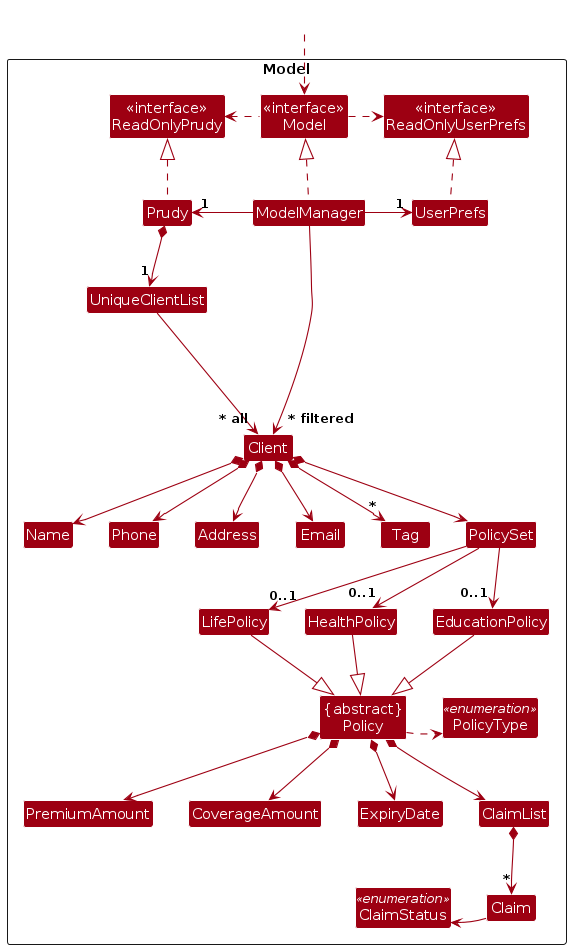
The PlantUML diagram diagrams/ModelClassDiagram.png in AY2425S1-CS2103T-T14-1/tp, before a commit. Its source is kept beside it as diagrams/ModelClassDiagram.puml.
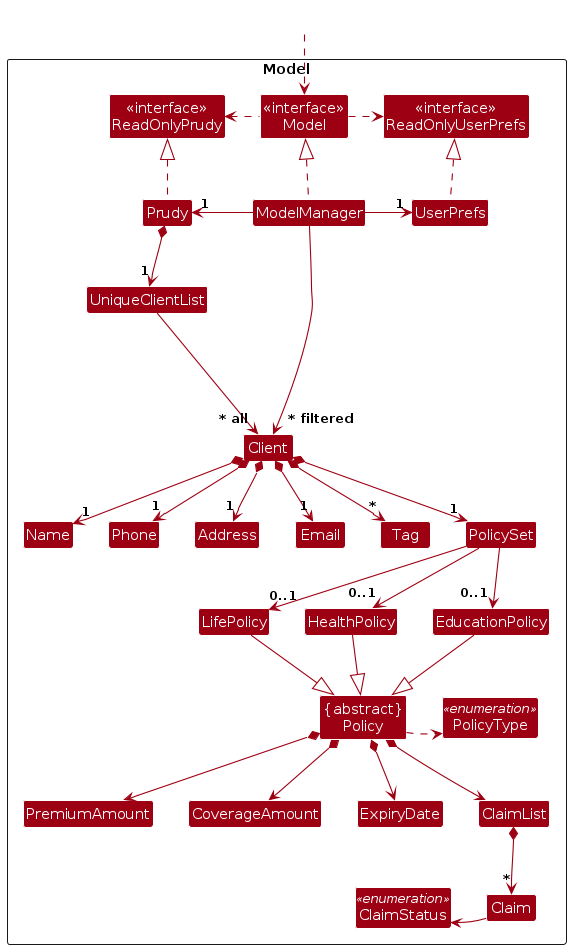
The same file after the commit.

The edit, as a diff of the source:
```diff
@@ -59,12 +59,12 @@
 
 Prudy *--> "1" UniqueClientList
 UniqueClientList --> "~* all" Client
-Client *--> Name
-Client *--> Phone
-Client *--> Email
-Client *--> Address
+Client *--> "1" Name
+Client *--> "1" Phone
+Client *--> "1" Email
+Client *--> "1" Address
 Client *--> "*" Tag
-Client *--> PolicySet
+Client *--> "1" PolicySet
 
 PolicySet --> "0..1" LifePolicy
 PolicySet --> "0..1" HealthPolicy
```
